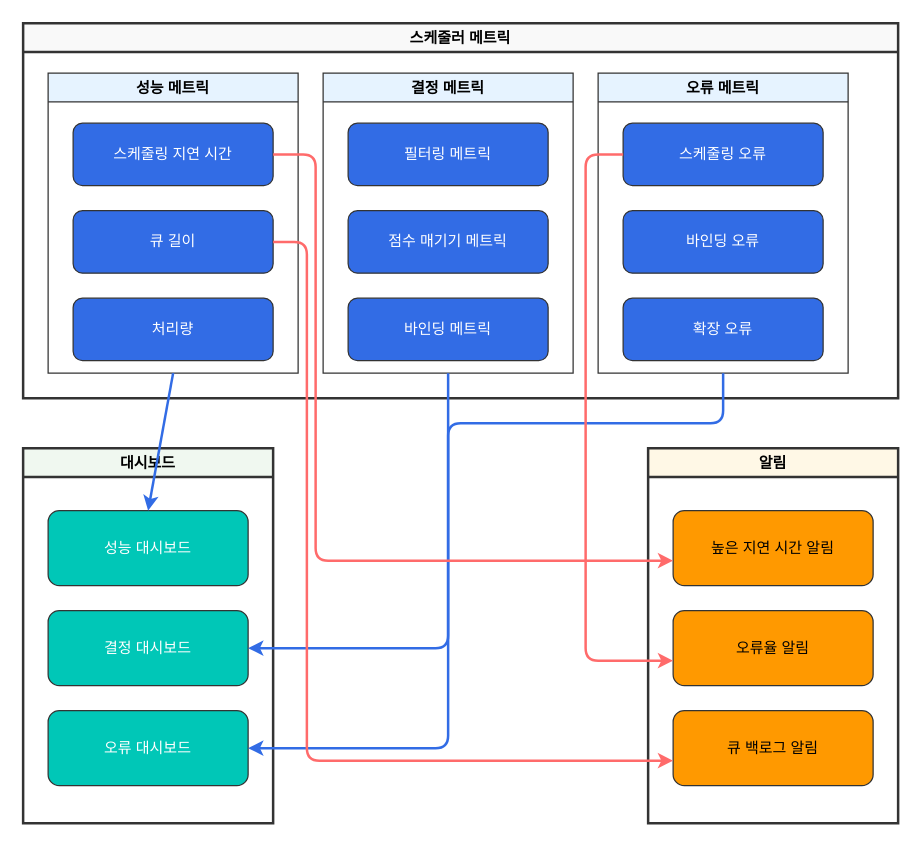
This is assets/generated-diagrams/custom_scheduler_monitoring_metrics.drawio from Atom-oh/kubernetes-docs, a draw.io file, before an edit. Source tidied: cells renumbered, new cells numbered last; positions are measured from the earlier drawing's top-left corner, leaving out a move shared by most shapes. Both pictures are drawn from the tidied source at 125%, with x=0, y=0 at pixel (22, 22).
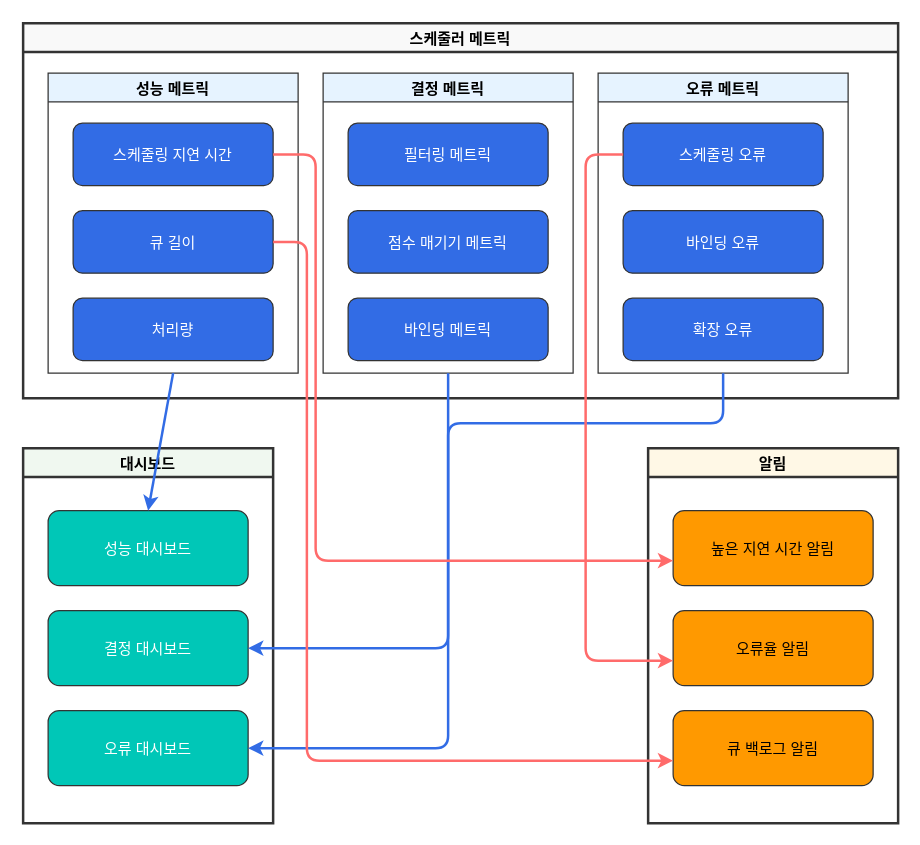
Above is the later version.

Diff of the diagram source:
```diff
@@
-    <mxCell id="2" value="스케줄러 메트릭" style="swimlane;whiteSpace=wrap;html=1;fillColor=#f9f9f9;strokeColor=#333333;strokeWidth=2;" parent="1" vertex="1">
+    <mxCell id="2" value="스케줄러 메트릭" style="swimlane;whiteSpace=wrap;html=1;fillColor=#f9f9f9;strokeColor=#333333;strokeWidth=2;fontSize=12;fontFamily=Noto Sans CJK KR;" parent="1" vertex="1">
       <mxGeometry width="700" height="300" as="geometry" />
     </mxCell>
-    <mxCell id="3" value="성능 메트릭" style="swimlane;whiteSpace=wrap;html=1;fillColor=#e6f3ff;strokeColor=#333333;strokeWidth=1;" parent="2" vertex="1">
+    <mxCell id="3" value="성능 메트릭" style="swimlane;whiteSpace=wrap;html=1;fillColor=#e6f3ff;strokeColor=#333333;strokeWidth=1;fontSize=12;fontFamily=Noto Sans CJK KR;" parent="2" vertex="1">
       <mxGeometry x="20" y="40" width="200" height="240" as="geometry" />
     </mxCell>
-    <mxCell id="4" value="스케줄링 지연 시간" style="rounded=1;whiteSpace=wrap;html=1;fillColor=#326CE5;strokeColor=#333333;strokeWidth=1;fontColor=#FFFFFF;" parent="3" vertex="1">
+    <mxCell id="4" value="스케줄링 지연 시간" style="rounded=1;whiteSpace=wrap;html=1;fillColor=#326CE5;strokeColor=#333333;strokeWidth=1;fontColor=#FFFFFF;fontSize=12;fontFamily=Noto Sans CJK KR;" parent="3" vertex="1">
       <mxGeometry x="20" y="40" width="160" height="50" as="geometry" />
     </mxCell>
-    <mxCell id="5" value="큐 길이" style="rounded=1;whiteSpace=wrap;html=1;fillColor=#326CE5;strokeColor=#333333;strokeWidth=1;fontColor=#FFFFFF;" parent="3" vertex="1">
+    <mxCell id="5" value="큐 길이" style="rounded=1;whiteSpace=wrap;html=1;fillColor=#326CE5;strokeColor=#333333;strokeWidth=1;fontColor=#FFFFFF;fontSize=12;fontFamily=Noto Sans CJK KR;" parent="3" vertex="1">
       <mxGeometry x="20" y="110" width="160" height="50" as="geometry" />
     </mxCell>
-    <mxCell id="6" value="처리량" style="rounded=1;whiteSpace=wrap;html=1;fillColor=#326CE5;strokeColor=#333333;strokeWidth=1;fontColor=#FFFFFF;" parent="3" vertex="1">
+    <mxCell id="6" value="처리량" style="rounded=1;whiteSpace=wrap;html=1;fillColor=#326CE5;strokeColor=#333333;strokeWidth=1;fontColor=#FFFFFF;fontSize=12;fontFamily=Noto Sans CJK KR;" parent="3" vertex="1">
       <mxGeometry x="20" y="180" width="160" height="50" as="geometry" />
     </mxCell>
-    <mxCell id="7" value="결정 메트릭" style="swimlane;whiteSpace=wrap;html=1;fillColor=#e6f3ff;strokeColor=#333333;strokeWidth=1;" parent="2" vertex="1">
+    <mxCell id="7" value="결정 메트릭" style="swimlane;whiteSpace=wrap;html=1;fillColor=#e6f3ff;strokeColor=#333333;strokeWidth=1;fontSize=12;fontFamily=Noto Sans CJK KR;" parent="2" vertex="1">
       <mxGeometry x="240" y="40" width="200" height="240" as="geometry" />
     </mxCell>
-    <mxCell id="8" value="필터링 메트릭" style="rounded=1;whiteSpace=wrap;html=1;fillColor=#326CE5;strokeColor=#333333;strokeWidth=1;fontColor=#FFFFFF;" parent="7" vertex="1">
+    <mxCell id="8" value="필터링 메트릭" style="rounded=1;whiteSpace=wrap;html=1;fillColor=#326CE5;strokeColor=#333333;strokeWidth=1;fontColor=#FFFFFF;fontSize=12;fontFamily=Noto Sans CJK KR;" parent="7" vertex="1">
       <mxGeometry x="20" y="40" width="160" height="50" as="geometry" />
     </mxCell>
-    <mxCell id="9" value="점수 매기기 메트릭" style="rounded=1;whiteSpace=wrap;html=1;fillColor=#326CE5;strokeColor=#333333;strokeWidth=1;fontColor=#FFFFFF;" parent="7" vertex="1">
+    <mxCell id="9" value="점수 매기기 메트릭" style="rounded=1;whiteSpace=wrap;html=1;fillColor=#326CE5;strokeColor=#333333;strokeWidth=1;fontColor=#FFFFFF;fontSize=12;fontFamily=Noto Sans CJK KR;" parent="7" vertex="1">
       <mxGeometry x="20" y="110" width="160" height="50" as="geometry" />
     </mxCell>
-    <mxCell id="10" value="바인딩 메트릭" style="rounded=1;whiteSpace=wrap;html=1;fillColor=#326CE5;strokeColor=#333333;strokeWidth=1;fontColor=#FFFFFF;" parent="7" vertex="1">
+    <mxCell id="10" value="바인딩 메트릭" style="rounded=1;whiteSpace=wrap;html=1;fillColor=#326CE5;strokeColor=#333333;strokeWidth=1;fontColor=#FFFFFF;fontSize=12;fontFamily=Noto Sans CJK KR;" parent="7" vertex="1">
       <mxGeometry x="20" y="180" width="160" height="50" as="geometry" />
     </mxCell>
-    <mxCell id="11" value="오류 메트릭" style="swimlane;whiteSpace=wrap;html=1;fillColor=#e6f3ff;strokeColor=#333333;strokeWidth=1;" parent="2" vertex="1">
+    <mxCell id="11" value="오류 메트릭" style="swimlane;whiteSpace=wrap;html=1;fillColor=#e6f3ff;strokeColor=#333333;strokeWidth=1;fontSize=12;fontFamily=Noto Sans CJK KR;" parent="2" vertex="1">
       <mxGeometry x="460" y="40" width="200" height="240" as="geometry" />
     </mxCell>
-    <mxCell id="12" value="스케줄링 오류" style="rounded=1;whiteSpace=wrap;html=1;fillColor=#326CE5;strokeColor=#333333;strokeWidth=1;fontColor=#FFFFFF;" parent="11" vertex="1">
+    <mxCell id="12" value="스케줄링 오류" style="rounded=1;whiteSpace=wrap;html=1;fillColor=#326CE5;strokeColor=#333333;strokeWidth=1;fontColor=#FFFFFF;fontSize=12;fontFamily=Noto Sans CJK KR;" parent="11" vertex="1">
       <mxGeometry x="20" y="40" width="160" height="50" as="geometry" />
     </mxCell>
-    <mxCell id="13" value="바인딩 오류" style="rounded=1;whiteSpace=wrap;html=1;fillColor=#326CE5;strokeColor=#333333;strokeWidth=1;fontColor=#FFFFFF;" parent="11" vertex="1">
+    <mxCell id="13" value="바인딩 오류" style="rounded=1;whiteSpace=wrap;html=1;fillColor=#326CE5;strokeColor=#333333;strokeWidth=1;fontColor=#FFFFFF;fontSize=12;fontFamily=Noto Sans CJK KR;" parent="11" vertex="1">
       <mxGeometry x="20" y="110" width="160" height="50" as="geometry" />
     </mxCell>
-    <mxCell id="14" value="확장 오류" style="rounded=1;whiteSpace=wrap;html=1;fillColor=#326CE5;strokeColor=#333333;strokeWidth=1;fontColor=#FFFFFF;" parent="11" vertex="1">
+    <mxCell id="14" value="확장 오류" style="rounded=1;whiteSpace=wrap;html=1;fillColor=#326CE5;strokeColor=#333333;strokeWidth=1;fontColor=#FFFFFF;fontSize=12;fontFamily=Noto Sans CJK KR;" parent="11" vertex="1">
       <mxGeometry x="20" y="180" width="160" height="50" as="geometry" />
     </mxCell>
-    <mxCell id="15" value="대시보드" style="swimlane;whiteSpace=wrap;html=1;fillColor=#f0f8f0;strokeColor=#333333;strokeWidth=2;" parent="1" vertex="1">
+    <mxCell id="15" value="대시보드" style="swimlane;whiteSpace=wrap;html=1;fillColor=#f0f8f0;strokeColor=#333333;strokeWidth=2;fontSize=12;fontFamily=Noto Sans CJK KR;" parent="1" vertex="1">
       <mxGeometry y="340" width="200" height="300" as="geometry" />
     </mxCell>
-    <mxCell id="16" value="성능 대시보드" style="rounded=1;whiteSpace=wrap;html=1;fillColor=#00C7B7;strokeColor=#333333;strokeWidth=1;fontColor=#FFFFFF;" parent="15" vertex="1">
+    <mxCell id="16" value="성능 대시보드" style="rounded=1;whiteSpace=wrap;html=1;fillColor=#00C7B7;strokeColor=#333333;strokeWidth=1;fontColor=#FFFFFF;fontSize=12;fontFamily=Noto Sans CJK KR;" parent="15" vertex="1">
       <mxGeometry x="20" y="50" width="160" height="60" as="geometry" />
     </mxCell>
-    <mxCell id="17" value="결정 대시보드" style="rounded=1;whiteSpace=wrap;html=1;fillColor=#00C7B7;strokeColor=#333333;strokeWidth=1;fontColor=#FFFFFF;" parent="15" vertex="1">
+    <mxCell id="17" value="결정 대시보드" style="rounded=1;whiteSpace=wrap;html=1;fillColor=#00C7B7;strokeColor=#333333;strokeWidth=1;fontColor=#FFFFFF;fontSize=12;fontFamily=Noto Sans CJK KR;" parent="15" vertex="1">
       <mxGeometry x="20" y="130" width="160" height="60" as="geometry" />
     </mxCell>
-    <mxCell id="18" value="오류 대시보드" style="rounded=1;whiteSpace=wrap;html=1;fillColor=#00C7B7;strokeColor=#333333;strokeWidth=1;fontColor=#FFFFFF;" parent="15" vertex="1">
+    <mxCell id="18" value="오류 대시보드" style="rounded=1;whiteSpace=wrap;html=1;fillColor=#00C7B7;strokeColor=#333333;strokeWidth=1;fontColor=#FFFFFF;fontSize=12;fontFamily=Noto Sans CJK KR;" parent="15" vertex="1">
       <mxGeometry x="20" y="210" width="160" height="60" as="geometry" />
     </mxCell>
-    <mxCell id="19" value="알림" style="swimlane;whiteSpace=wrap;html=1;fillColor=#fff8e6;strokeColor=#333333;strokeWidth=2;" parent="1" vertex="1">
+    <mxCell id="19" value="알림" style="swimlane;whiteSpace=wrap;html=1;fillColor=#fff8e6;strokeColor=#333333;strokeWidth=2;fontSize=12;fontFamily=Noto Sans CJK KR;" parent="1" vertex="1">
       <mxGeometry x="500" y="340" width="200" height="300" as="geometry" />
     </mxCell>
-    <mxCell id="20" value="높은 지연 시간 알림" style="rounded=1;whiteSpace=wrap;html=1;fillColor=#FF9900;strokeColor=#333333;strokeWidth=1;fontColor=#000000;" parent="19" vertex="1">
+    <mxCell id="20" value="높은 지연 시간 알림" style="rounded=1;whiteSpace=wrap;html=1;fillColor=#FF9900;strokeColor=#333333;strokeWidth=1;fontColor=#000000;fontSize=12;fontFamily=Noto Sans CJK KR;" parent="19" vertex="1">
       <mxGeometry x="20" y="50" width="160" height="60" as="geometry" />
     </mxCell>
-    <mxCell id="21" value="오류율 알림" style="rounded=1;whiteSpace=wrap;html=1;fillColor=#FF9900;strokeColor=#333333;strokeWidth=1;fontColor=#000000;" parent="19" vertex="1">
+    <mxCell id="21" value="오류율 알림" style="rounded=1;whiteSpace=wrap;html=1;fillColor=#FF9900;strokeColor=#333333;strokeWidth=1;fontColor=#000000;fontSize=12;fontFamily=Noto Sans CJK KR;" parent="19" vertex="1">
       <mxGeometry x="20" y="130" width="160" height="60" as="geometry" />
     </mxCell>
-    <mxCell id="22" value="큐 백로그 알림" style="rounded=1;whiteSpace=wrap;html=1;fillColor=#FF9900;strokeColor=#333333;strokeWidth=1;fontColor=#000000;" parent="19" vertex="1">
+    <mxCell id="22" value="큐 백로그 알림" style="rounded=1;whiteSpace=wrap;html=1;fillColor=#FF9900;strokeColor=#333333;strokeWidth=1;fontColor=#000000;fontSize=12;fontFamily=Noto Sans CJK KR;" parent="19" vertex="1">
       <mxGeometry x="20" y="210" width="160" height="60" as="geometry" />
     </mxCell>
```
